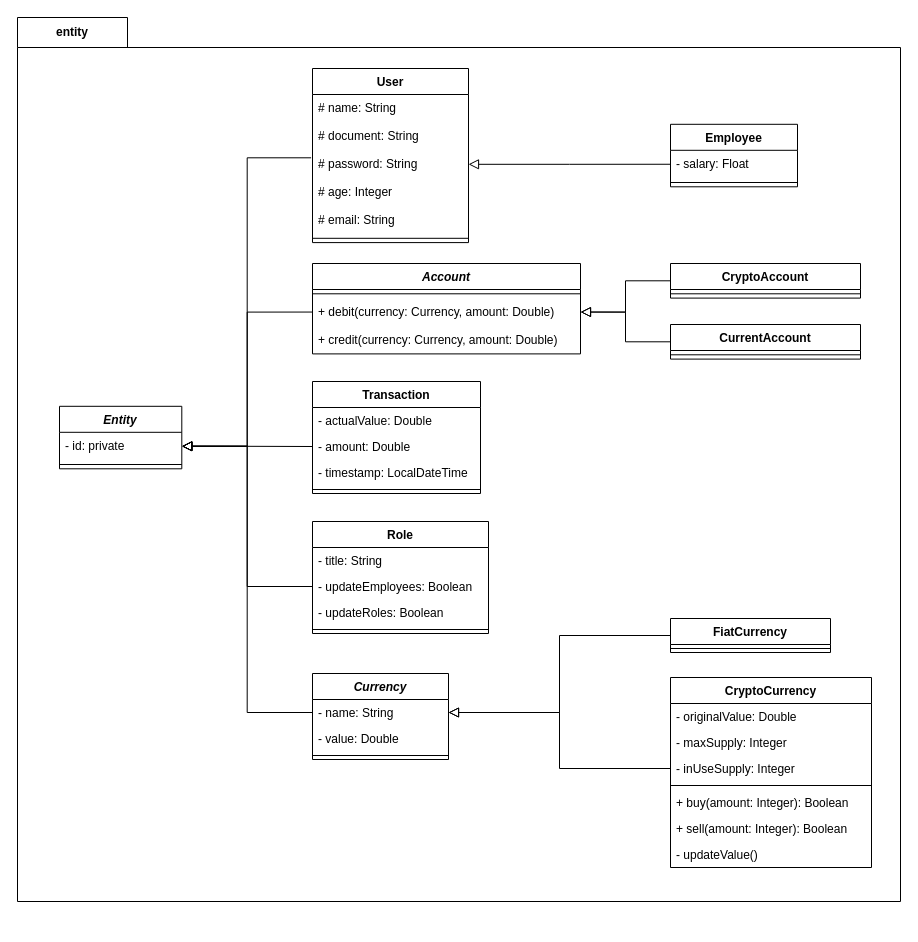
The draw.io diagram page "entity (hierarchy)" (2 of 7) of docs/diagrams/diagram.drawio in PedroLucas63/cryptobank, before the edit. Source tidied: cells renumbered, new cells numbered last; positions are measured from the earlier drawing's top-left corner, leaving out a move shared by most shapes. Both pictures are drawn from the tidied source at 100%, with x=0, y=0 at pixel (17, 17).
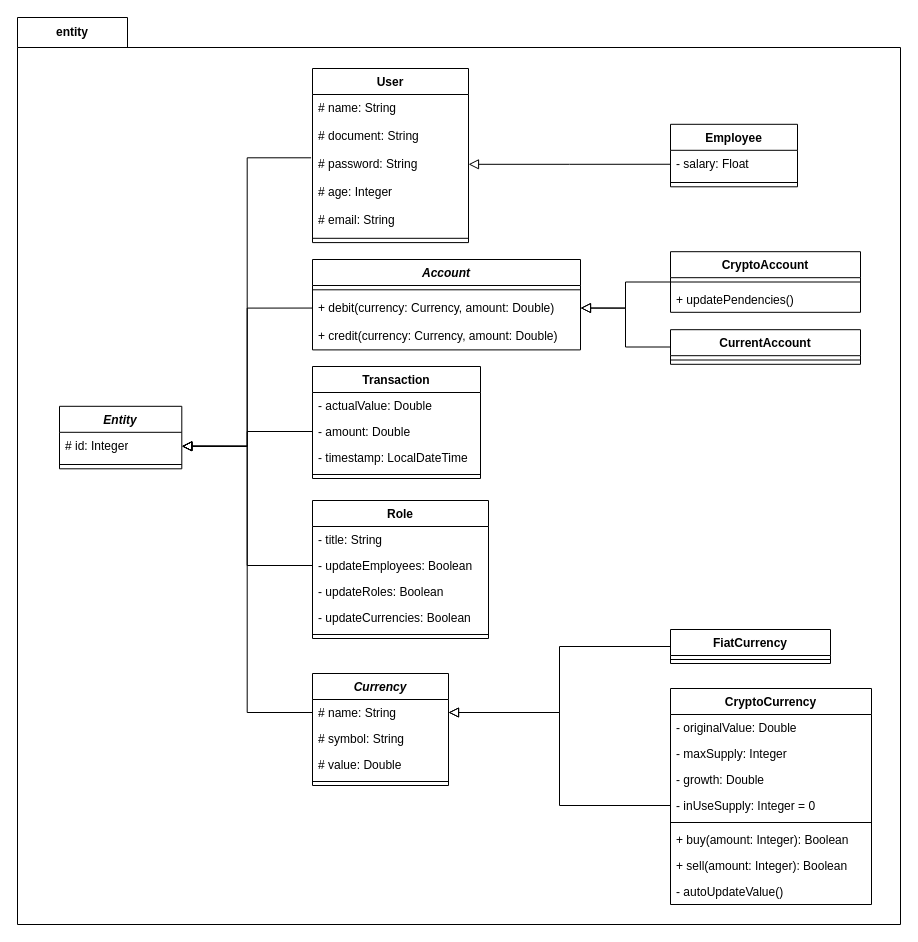
Above is the later version.

Unchanged cells that the change refers to:
```xml
<mxCell id="4" value="&lt;i&gt;Entity&lt;/i&gt;" style="swimlane;fontStyle=1;align=center;verticalAlign=top;horizontal=1;startSize=26;whiteSpace=wrap;html=1;" parent="2" vertex="1">
  <mxGeometry x="42" y="388.8" width="122.3" height="62.5" as="geometry" />
</mxCell>
```

Change to the diagram source:
```diff
@@
     <mxCell id="2" value="entity" style="shape=folder;fontStyle=1;tabWidth=110;tabHeight=30;tabPosition=left;html=1;boundedLbl=1;labelInHeader=1;whiteSpace=wrap;fillColor=default;" parent="1" vertex="1">
-      <mxGeometry width="883" height="884" as="geometry" />
+      <mxGeometry width="883" height="907" as="geometry" />
     </mxCell>
@@
-    <mxCell id="5" value="- id: private" style="text;strokeColor=none;fillColor=none;align=left;verticalAlign=top;spacingLeft=4;spacingRight=4;overflow=hidden;points=[[0,0.5],[1,0.5]];portConstraint=eastwest;whiteSpace=wrap;html=1;" parent="4" vertex="1">
+    <mxCell id="5" value="#&lt;span style=&quot;background-color: initial;&quot;&gt;&amp;nbsp;id: Integer&lt;/span&gt;" style="text;strokeColor=none;fillColor=none;align=left;verticalAlign=top;spacingLeft=4;spacingRight=4;overflow=hidden;points=[[0,0.5],[1,0.5]];portConstraint=eastwest;whiteSpace=wrap;html=1;" parent="4" vertex="1">
       <mxGeometry y="26" width="122.3" height="27.9" as="geometry" />
     </mxCell>
@@
     <mxCell id="19" value="&lt;i&gt;Account&lt;/i&gt;" style="swimlane;fontStyle=1;align=center;verticalAlign=top;horizontal=1;startSize=26;whiteSpace=wrap;html=1;" parent="2" vertex="1">
-      <mxGeometry x="295" y="246" width="268" height="90.4" as="geometry" />
+      <mxGeometry x="295" y="242" width="268" height="90.4" as="geometry" />
     </mxCell>
@@
     <mxCell id="23" value="CryptoAccount" style="swimlane;fontStyle=1;align=center;verticalAlign=top;horizontal=1;startSize=26;whiteSpace=wrap;html=1;" parent="2" vertex="1">
-      <mxGeometry x="653" y="246" width="190" height="34.6" as="geometry" />
+      <mxGeometry x="653" y="234.2" width="190" height="60.6" as="geometry" />
     </mxCell>
@@
+    <mxCell id="59" value="+ updatePendencies()" style="text;strokeColor=none;fillColor=none;align=left;verticalAlign=top;spacingLeft=4;spacingRight=4;overflow=hidden;whiteSpace=wrap;html=1;" parent="23" vertex="1">
+      <mxGeometry y="34.6" width="190" height="26" as="geometry" />
+    </mxCell>
     <mxCell id="25" value="CurrentAccount" style="swimlane;fontStyle=1;align=center;verticalAlign=top;horizontal=1;startSize=26;whiteSpace=wrap;html=1;" parent="2" vertex="1">
-      <mxGeometry x="653" y="307" width="190" height="34.6" as="geometry" />
+      <mxGeometry x="653" y="312.2" width="190" height="34.6" as="geometry" />
     </mxCell>
@@
     <mxCell id="30" value="Transaction" style="swimlane;fontStyle=1;align=center;verticalAlign=top;horizontal=1;startSize=26;whiteSpace=wrap;html=1;" parent="2" vertex="1">
-      <mxGeometry x="295" y="364" width="168" height="112" as="geometry" />
+      <mxGeometry x="295" y="349" width="168" height="112" as="geometry" />
     </mxCell>
@@
     <mxCell id="36" value="Role" style="swimlane;fontStyle=1;align=center;verticalAlign=top;horizontal=1;startSize=26;whiteSpace=wrap;html=1;" parent="2" vertex="1">
-      <mxGeometry x="295" y="504" width="176" height="112" as="geometry" />
+      <mxGeometry x="295" y="483" width="176" height="138" as="geometry" />
     </mxCell>
@@
+    <mxCell id="60" value="- updateCurrencies: Boolean" style="text;strokeColor=none;fillColor=none;align=left;verticalAlign=top;spacingLeft=4;spacingRight=4;overflow=hidden;whiteSpace=wrap;html=1;" parent="36" vertex="1">
+      <mxGeometry y="104" width="176" height="26" as="geometry" />
+    </mxCell>
     <mxCell id="40" style="line;strokeWidth=1;fillColor=none;align=left;verticalAlign=middle;spacingTop=-1;spacingLeft=3;spacingRight=3;labelPosition=right;strokeColor=inherit;" parent="36" vertex="1">
-      <mxGeometry y="104" width="176" height="8" as="geometry" />
+      <mxGeometry y="130" width="176" height="8" as="geometry" />
     </mxCell>
@@
     <mxCell id="42" value="&lt;i&gt;Currency&lt;/i&gt;" style="swimlane;fontStyle=1;align=center;verticalAlign=top;horizontal=1;startSize=26;whiteSpace=wrap;html=1;" parent="2" vertex="1">
-      <mxGeometry x="295" y="656" width="136" height="86" as="geometry" />
+      <mxGeometry x="295" y="656" width="136" height="112" as="geometry" />
     </mxCell>
-    <mxCell id="43" value="- name: String" style="text;strokeColor=none;fillColor=none;align=left;verticalAlign=top;spacingLeft=4;spacingRight=4;overflow=hidden;points=[[0,0.5],[1,0.5]];portConstraint=eastwest;whiteSpace=wrap;html=1;" parent="42" vertex="1">
+    <mxCell id="43" value="# name: String" style="text;strokeColor=none;fillColor=none;align=left;verticalAlign=top;spacingLeft=4;spacingRight=4;overflow=hidden;points=[[0,0.5],[1,0.5]];portConstraint=eastwest;whiteSpace=wrap;html=1;" parent="42" vertex="1">
       <mxGeometry y="26" width="136" height="26" as="geometry" />
     </mxCell>
+    <mxCell id="61" value="# symbol: String" style="text;strokeColor=none;fillColor=none;align=left;verticalAlign=top;spacingLeft=4;spacingRight=4;overflow=hidden;whiteSpace=wrap;html=1;" parent="42" vertex="1">
+      <mxGeometry y="52" width="136" height="26" as="geometry" />
+    </mxCell>
-    <mxCell id="44" value="- value: Double" style="text;strokeColor=none;fillColor=none;align=left;verticalAlign=top;spacingLeft=4;spacingRight=4;overflow=hidden;whiteSpace=wrap;html=1;" parent="42" vertex="1">
-      <mxGeometry y="52" width="136" height="26" as="geometry" />
+    <mxCell id="44" value="#&lt;span style=&quot;background-color: initial;&quot;&gt;&amp;nbsp;value: Double&lt;/span&gt;" style="text;strokeColor=none;fillColor=none;align=left;verticalAlign=top;spacingLeft=4;spacingRight=4;overflow=hidden;whiteSpace=wrap;html=1;" parent="42" vertex="1">
+      <mxGeometry y="78" width="136" height="26" as="geometry" />
     </mxCell>
     <mxCell id="45" style="line;strokeWidth=1;fillColor=none;align=left;verticalAlign=middle;spacingTop=-1;spacingLeft=3;spacingRight=3;labelPosition=right;strokeColor=inherit;" parent="42" vertex="1">
-      <mxGeometry y="78" width="136" height="8" as="geometry" />
+      <mxGeometry y="104" width="136" height="8" as="geometry" />
     </mxCell>
     <mxCell id="46" value="FiatCurrency" style="swimlane;fontStyle=1;align=center;verticalAlign=top;horizontal=1;startSize=26;whiteSpace=wrap;html=1;" parent="2" vertex="1">
-      <mxGeometry x="653" y="601" width="160" height="34" as="geometry" />
+      <mxGeometry x="653" y="612" width="160" height="34" as="geometry" />
     </mxCell>
@@
     <mxCell id="48" value="CryptoCurrency" style="swimlane;fontStyle=1;align=center;verticalAlign=top;horizontal=1;startSize=26;whiteSpace=wrap;html=1;" parent="2" vertex="1">
-      <mxGeometry x="653" y="660" width="201" height="190" as="geometry" />
+      <mxGeometry x="653" y="671" width="201" height="216" as="geometry" />
     </mxCell>
@@
+    <mxCell id="62" value="- growth: Double" style="text;strokeColor=none;fillColor=none;align=left;verticalAlign=top;spacingLeft=4;spacingRight=4;overflow=hidden;whiteSpace=wrap;html=1;" parent="48" vertex="1">
+      <mxGeometry y="78" width="201" height="26" as="geometry" />
+    </mxCell>
-    <mxCell id="51" value="- inUseSupply: Integer" style="text;strokeColor=none;fillColor=none;align=left;verticalAlign=top;spacingLeft=4;spacingRight=4;overflow=hidden;points=[[0,0.5],[1,0.5]];portConstraint=eastwest;whiteSpace=wrap;html=1;" parent="48" vertex="1">
-      <mxGeometry y="78" width="201" height="26" as="geometry" />
+    <mxCell id="51" value="- inUseSupply: Integer = 0" style="text;strokeColor=none;fillColor=none;align=left;verticalAlign=top;spacingLeft=4;spacingRight=4;overflow=hidden;points=[[0,0.5],[1,0.5]];portConstraint=eastwest;whiteSpace=wrap;html=1;" parent="48" vertex="1">
+      <mxGeometry y="104" width="201" height="26" as="geometry" />
     </mxCell>
     <mxCell id="52" style="line;strokeWidth=1;fillColor=none;align=left;verticalAlign=middle;spacingTop=-1;spacingLeft=3;spacingRight=3;labelPosition=right;strokeColor=inherit;" parent="48" vertex="1">
-      <mxGeometry y="104" width="201" height="8" as="geometry" />
+      <mxGeometry y="130" width="201" height="8" as="geometry" />
     </mxCell>
     <mxCell id="53" value="+ buy(amount: Integer): Boolean" style="text;strokeColor=none;fillColor=none;align=left;verticalAlign=top;spacingLeft=4;spacingRight=4;overflow=hidden;whiteSpace=wrap;html=1;" parent="48" vertex="1">
-      <mxGeometry y="112" width="201" height="26" as="geometry" />
+      <mxGeometry y="138" width="201" height="26" as="geometry" />
     </mxCell>
     <mxCell id="54" value="+ sell(amount: Integer): Boolean" style="text;strokeColor=none;fillColor=none;align=left;verticalAlign=top;spacingLeft=4;spacingRight=4;overflow=hidden;whiteSpace=wrap;html=1;" parent="48" vertex="1">
-      <mxGeometry y="138" width="201" height="26" as="geometry" />
+      <mxGeometry y="164" width="201" height="26" as="geometry" />
     </mxCell>
-    <mxCell id="55" value="- updateValue()" style="text;strokeColor=none;fillColor=none;align=left;verticalAlign=top;spacingLeft=4;spacingRight=4;overflow=hidden;whiteSpace=wrap;html=1;" parent="48" vertex="1">
-      <mxGeometry y="164" width="201" height="26" as="geometry" />
+    <mxCell id="55" value="- autoUpdateValue()" style="text;strokeColor=none;fillColor=none;align=left;verticalAlign=top;spacingLeft=4;spacingRight=4;overflow=hidden;whiteSpace=wrap;html=1;" parent="48" vertex="1">
+      <mxGeometry y="190" width="201" height="26" as="geometry" />
     </mxCell>
```
